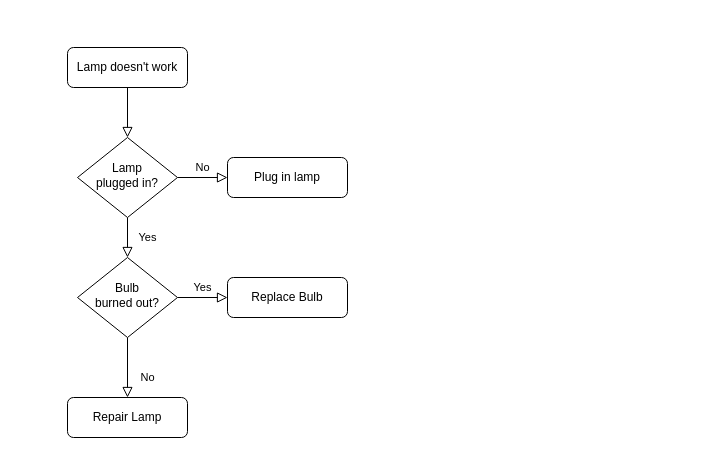
Earlier version of the draw.io diagram 未命名绘图.drawio (DJ-Won/PRC). Source tidied: cells renumbered, new cells numbered last; positions are measured from the earlier drawing's top-left corner, leaving out a move shared by most shapes. Both pictures are drawn from the tidied source at 100%, with x=0, y=0 at pixel (67, 47).
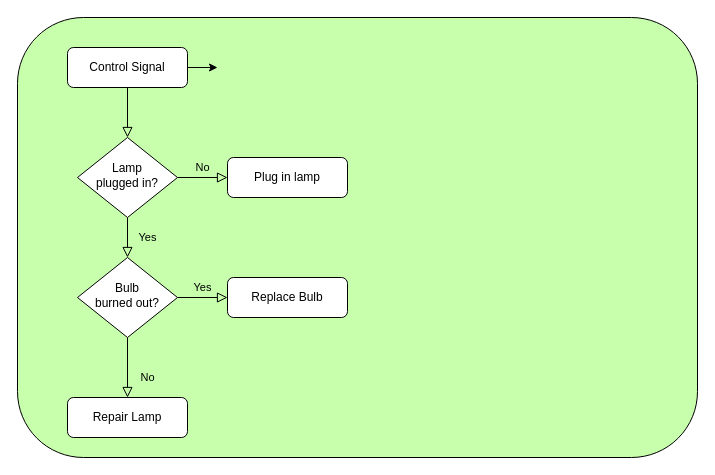
The same page after the edit.

Commit message (it also covers changes not shown here):
更新未命名绘图.drawio

Diff of the diagram source:
```diff
@@
 <mxGraphModel>
   <root>
     <mxCell id="0" />
     <mxCell id="1" parent="0" />
+    <mxCell id="13" style="rounded=1;whiteSpace=wrap;html=1;fillColor=#C7FFAD;" parent="1" vertex="1">
+      <mxGeometry x="-50" y="-30" width="680" height="440" as="geometry" />
+    </mxCell>
     <mxCell id="2" style="rounded=0;html=1;jettySize=auto;fontSize=11;endArrow=block;endFill=0;endSize=8;strokeWidth=1;shadow=0;labelBackgroundColor=none;edgeStyle=orthogonalEdgeStyle;" parent="1" edge="1" source="3" target="6">
       <mxGeometry relative="1" as="geometry" />
     </mxCell>
+    <mxCell id="14" style="edgeStyle=orthogonalEdgeStyle;rounded=0;jettySize=auto;html=1;exitX=1;exitY=0.5;exitDx=0;exitDy=0;" parent="1" edge="1" source="3">
+      <mxGeometry relative="1" as="geometry">
+        <mxPoint x="150" y="20" as="targetPoint" />
+      </mxGeometry>
+    </mxCell>
-    <mxCell id="3" value="Lamp doesn't work" style="rounded=1;whiteSpace=wrap;html=1;fontSize=12;glass=0;strokeWidth=1;shadow=0;" parent="1" vertex="1">
+    <mxCell id="3" value="Control Signal" style="rounded=1;whiteSpace=wrap;html=1;fontSize=12;glass=0;strokeWidth=1;shadow=0;" parent="1" vertex="1">
       <mxGeometry width="120" height="40" as="geometry" />
     </mxCell>
     <mxCell id="4" value="Yes" style="rounded=0;html=1;jettySize=auto;fontSize=11;endArrow=block;endFill=0;endSize=8;strokeWidth=1;shadow=0;labelBackgroundColor=none;edgeStyle=orthogonalEdgeStyle;" parent="1" edge="1" source="6" target="10">
       <mxGeometry y="20" relative="1" as="geometry" />
     </mxCell>
     <mxCell id="5" value="No" style="edgeStyle=orthogonalEdgeStyle;rounded=0;html=1;jettySize=auto;fontSize=11;endArrow=block;endFill=0;endSize=8;strokeWidth=1;shadow=0;labelBackgroundColor=none;" parent="1" edge="1" source="6" target="7">
       <mxGeometry y="10" relative="1" as="geometry" />
     </mxCell>
     <mxCell id="6" value="Lamp&lt;br&gt;plugged in?" style="rhombus;whiteSpace=wrap;html=1;shadow=0;fontFamily=Helvetica;fontSize=12;align=center;strokeWidth=1;spacing=6;spacingTop=-4;" parent="1" vertex="1">
       <mxGeometry x="10" y="90" width="100" height="80" as="geometry" />
     </mxCell>
     <mxCell id="7" value="Plug in lamp" style="rounded=1;whiteSpace=wrap;html=1;fontSize=12;glass=0;strokeWidth=1;shadow=0;" parent="1" vertex="1">
       <mxGeometry x="160" y="110" width="120" height="40" as="geometry" />
     </mxCell>
     <mxCell id="8" value="No" style="rounded=0;html=1;jettySize=auto;fontSize=11;endArrow=block;endFill=0;endSize=8;strokeWidth=1;shadow=0;labelBackgroundColor=none;edgeStyle=orthogonalEdgeStyle;" parent="1" edge="1" source="10" target="11">
       <mxGeometry x="0.33" y="20" relative="1" as="geometry" />
     </mxCell>
     <mxCell id="9" value="Yes" style="edgeStyle=orthogonalEdgeStyle;rounded=0;html=1;jettySize=auto;fontSize=11;endArrow=block;endFill=0;endSize=8;strokeWidth=1;shadow=0;labelBackgroundColor=none;" parent="1" edge="1" source="10" target="12">
       <mxGeometry y="10" relative="1" as="geometry" />
     </mxCell>
     <mxCell id="10" value="Bulb&lt;br&gt;burned out?" style="rhombus;whiteSpace=wrap;html=1;shadow=0;fontFamily=Helvetica;fontSize=12;align=center;strokeWidth=1;spacing=6;spacingTop=-4;" parent="1" vertex="1">
       <mxGeometry x="10" y="210" width="100" height="80" as="geometry" />
     </mxCell>
     <mxCell id="11" value="Repair Lamp" style="rounded=1;whiteSpace=wrap;html=1;fontSize=12;glass=0;strokeWidth=1;shadow=0;" parent="1" vertex="1">
       <mxGeometry y="350" width="120" height="40" as="geometry" />
     </mxCell>
     <mxCell id="12" value="Replace Bulb" style="rounded=1;whiteSpace=wrap;html=1;fontSize=12;glass=0;strokeWidth=1;shadow=0;" parent="1" vertex="1">
       <mxGeometry x="160" y="230" width="120" height="40" as="geometry" />
     </mxCell>
   </root>
 </mxGraphModel>
```
